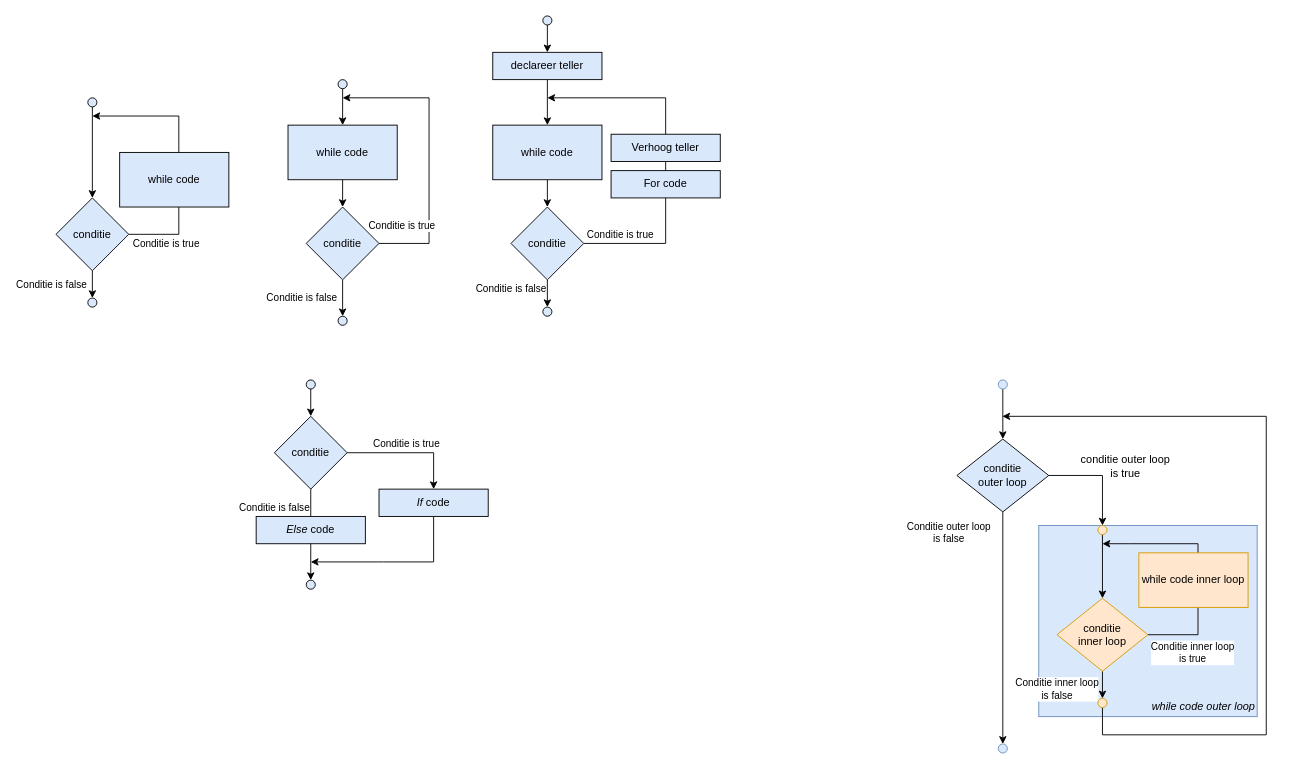
Above: page "loops" (1 of 6) of assets/svg diagrams.drawio in timdams/csharpbook (draw.io), before the change. Source tidied: cells renumbered, new cells numbered last; positions are measured from the earlier drawing's top-left corner, leaving out a move shared by most shapes. Both pictures are drawn from the tidied source at 91%, with x=0, y=0 at pixel (56, 15).
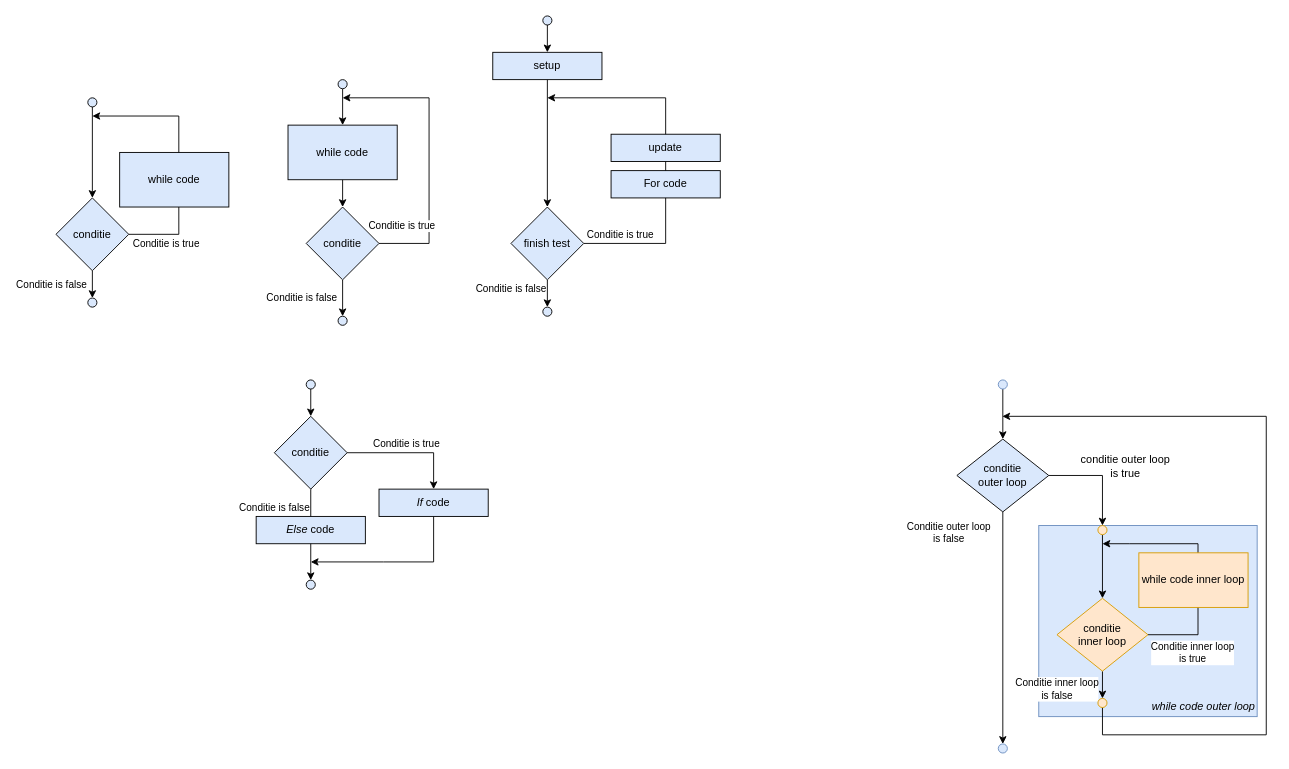
After the change.

Change to the diagram source:
```diff
@@
-    <mxCell id="13" style="edgeStyle=orthogonalEdgeStyle;rounded=0;jettySize=auto;html=1;exitX=0.5;exitY=1;exitDx=0;exitDy=0;entryX=0.5;entryY=0;entryDx=0;entryDy=0;" parent="1" edge="1" source="14" target="17">
-      <mxGeometry relative="1" as="geometry" />
-    </mxCell>
-    <mxCell id="14" value="while code" style="rounded=0;whiteSpace=wrap;html=1;fillColor=#dae8fc;strokeColor=#000000;" parent="1" vertex="1">
-      <mxGeometry x="480" y="120" width="120" height="60" as="geometry" />
-    </mxCell>
@@
-    <mxCell id="17" value="conditie" style="rhombus;whiteSpace=wrap;html=1;fillColor=#dae8fc;strokeColor=#000000;" parent="1" vertex="1">
+    <mxCell id="17" value="finish test" style="rhombus;whiteSpace=wrap;html=1;fillColor=#dae8fc;strokeColor=#000000;" parent="1" vertex="1">
       <mxGeometry x="500" y="210" width="80" height="80" as="geometry" />
     </mxCell>
@@
-    <mxCell id="19" style="edgeStyle=orthogonalEdgeStyle;rounded=0;jettySize=auto;html=1;exitX=0.5;exitY=1;exitDx=0;exitDy=0;" parent="1" edge="1" source="20" target="14">
+    <mxCell id="19" style="edgeStyle=orthogonalEdgeStyle;rounded=0;jettySize=auto;html=1;exitX=0.5;exitY=1;exitDx=0;exitDy=0;entryX=0.5;entryY=0;entryDx=0;entryDy=0;" parent="1" edge="1" source="20" target="17">
       <mxGeometry relative="1" as="geometry" />
     </mxCell>
-    <mxCell id="20" value="declareer teller" style="rounded=0;whiteSpace=wrap;html=1;fillColor=#dae8fc;strokeColor=#000000;" parent="1" vertex="1">
+    <mxCell id="20" value="setup" style="rounded=0;whiteSpace=wrap;html=1;fillColor=#dae8fc;strokeColor=#000000;" parent="1" vertex="1">
       <mxGeometry x="480" y="40" width="120" height="30" as="geometry" />
     </mxCell>
-    <mxCell id="21" value="Verhoog teller" style="rounded=0;whiteSpace=wrap;html=1;fillColor=#dae8fc;strokeColor=#000000;" parent="1" vertex="1">
+    <mxCell id="21" value="update" style="rounded=0;whiteSpace=wrap;html=1;fillColor=#dae8fc;strokeColor=#000000;" parent="1" vertex="1">
       <mxGeometry x="610" y="130" width="120" height="30" as="geometry" />
     </mxCell>
```
